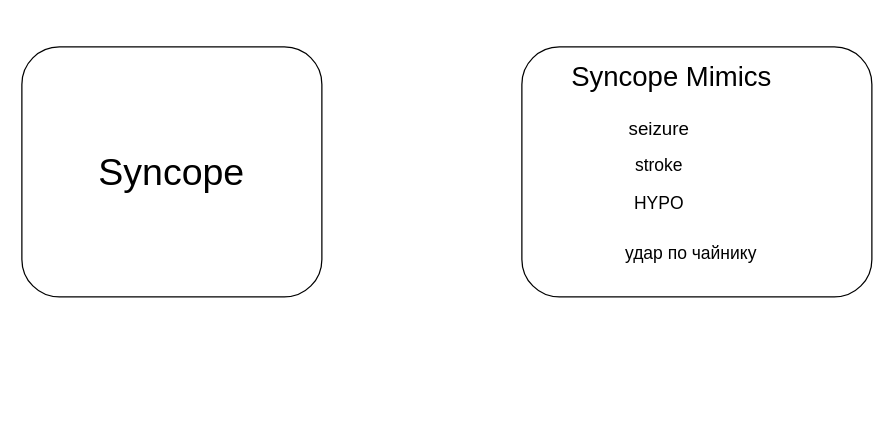
Earlier version of the draw.io diagram syncope.drawio (lissa3/menubar). Source tidied: cells renumbered, new cells numbered last; positions are measured from the earlier drawing's top-left corner, leaving out a move shared by most shapes. Both pictures are drawn from the tidied source at 125%, with x=0, y=0 at pixel (21, 46).
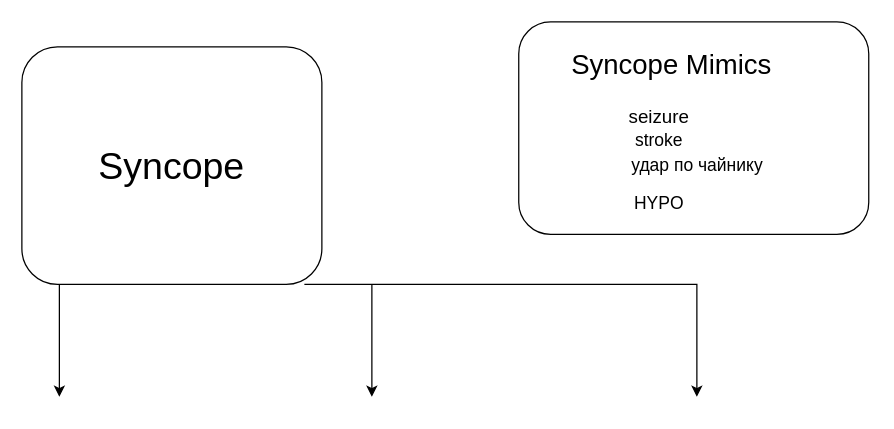
After the change.

What changed in the source:
```diff
@@
 <mxGraphModel>
   <root>
     <mxCell id="0" />
     <mxCell id="1" parent="0" />
+    <mxCell id="9" style="edgeStyle=orthogonalEdgeStyle;rounded=0;orthogonalLoop=1;jettySize=auto;html=1;" parent="1" edge="1">
+      <mxGeometry relative="1" as="geometry">
+        <mxPoint x="30" y="190" as="sourcePoint" />
+        <mxPoint x="30" y="280" as="targetPoint" />
+      </mxGeometry>
+    </mxCell>
+    <mxCell id="10" style="edgeStyle=orthogonalEdgeStyle;rounded=0;orthogonalLoop=1;jettySize=auto;html=1;" parent="1" edge="1">
+      <mxGeometry relative="1" as="geometry">
+        <mxPoint x="226" y="190" as="sourcePoint" />
+        <mxPoint x="540" y="280" as="targetPoint" />
+        <Array as="points">
+          <mxPoint x="540" y="190" />
+          <mxPoint x="540" y="280" />
+        </Array>
+      </mxGeometry>
+    </mxCell>
+    <mxCell id="11" style="edgeStyle=orthogonalEdgeStyle;rounded=0;orthogonalLoop=1;jettySize=auto;html=1;exitX=0.5;exitY=1;exitDx=0;exitDy=0;" parent="1" edge="1">
+      <mxGeometry relative="1" as="geometry">
+        <mxPoint x="280" y="190" as="sourcePoint" />
+        <mxPoint x="280" y="280" as="targetPoint" />
+        <Array as="points">
+          <mxPoint x="280" y="250" />
+          <mxPoint x="280" y="250" />
+        </Array>
+      </mxGeometry>
+    </mxCell>
     <mxCell id="2" value="&lt;font style=&quot;font-size: 30px;&quot;&gt;Syncope&lt;/font&gt;" style="rounded=1;whiteSpace=wrap;html=1;labelBackgroundColor=#FFFFFF;" parent="1" vertex="1">
-      <mxGeometry width="240" height="200" as="geometry" />
+      <mxGeometry width="240" height="190" as="geometry" />
     </mxCell>
     <mxCell id="3" style="rounded=1;whiteSpace=wrap;html=1;" parent="1" vertex="1">
-      <mxGeometry x="400" width="280" height="200" as="geometry" />
+      <mxGeometry x="397.5" y="-20" width="280" height="170" as="geometry" />
     </mxCell>
     <mxCell id="4" value="Syncope Mimics" style="text;html=1;whiteSpace=wrap;strokeColor=none;fillColor=none;align=center;verticalAlign=middle;rounded=0;fontSize=22;fontStyle=0;labelBackgroundColor=#FFFFFF;" parent="1" vertex="1">
-      <mxGeometry x="420" y="10" width="200" height="30" as="geometry" />
+      <mxGeometry x="420" width="200" height="30" as="geometry" />
     </mxCell>
     <mxCell id="5" value="seizure" style="text;html=1;whiteSpace=wrap;strokeColor=none;fillColor=none;align=center;verticalAlign=middle;rounded=0;fontSize=15;" parent="1" vertex="1">
-      <mxGeometry x="435" y="50" width="150" height="30" as="geometry" />
+      <mxGeometry x="435" y="40" width="150" height="30" as="geometry" />
     </mxCell>
     <mxCell id="6" value="&lt;font style=&quot;font-size: 14px;&quot;&gt;stroke&lt;/font&gt;" style="text;html=1;whiteSpace=wrap;strokeColor=none;fillColor=none;align=center;verticalAlign=middle;rounded=0;" parent="1" vertex="1">
-      <mxGeometry x="480" y="80" width="60" height="30" as="geometry" />
+      <mxGeometry x="480" y="60" width="60" height="30" as="geometry" />
     </mxCell>
     <mxCell id="7" value="HYPO" style="text;html=1;whiteSpace=wrap;strokeColor=none;fillColor=none;align=center;verticalAlign=middle;rounded=0;fontSize=14;" parent="1" vertex="1">
       <mxGeometry x="480" y="110" width="60" height="30" as="geometry" />
     </mxCell>
     <mxCell id="8" value="&lt;font style=&quot;font-size: 14px;&quot;&gt;удар по чайнику&amp;nbsp;&lt;/font&gt;" style="text;html=1;whiteSpace=wrap;strokeColor=none;fillColor=none;align=center;verticalAlign=middle;rounded=0;" parent="1" vertex="1">
-      <mxGeometry x="475" y="150" width="125" height="30" as="geometry" />
+      <mxGeometry x="480" y="80" width="125" height="30" as="geometry" />
     </mxCell>
   </root>
 </mxGraphModel>
```
